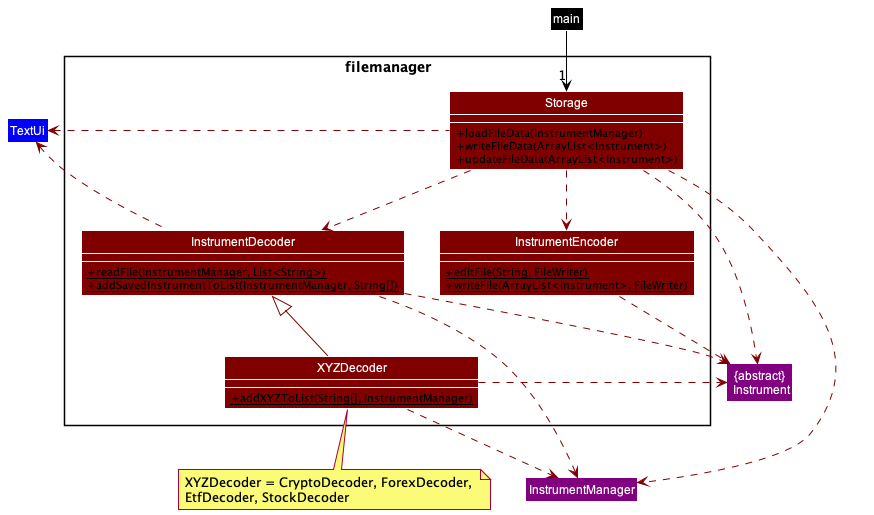
This is docs/images/FileManagerDiagram.png from williamlamjy/mTracker, a PlantUML export, as it was before one commit.
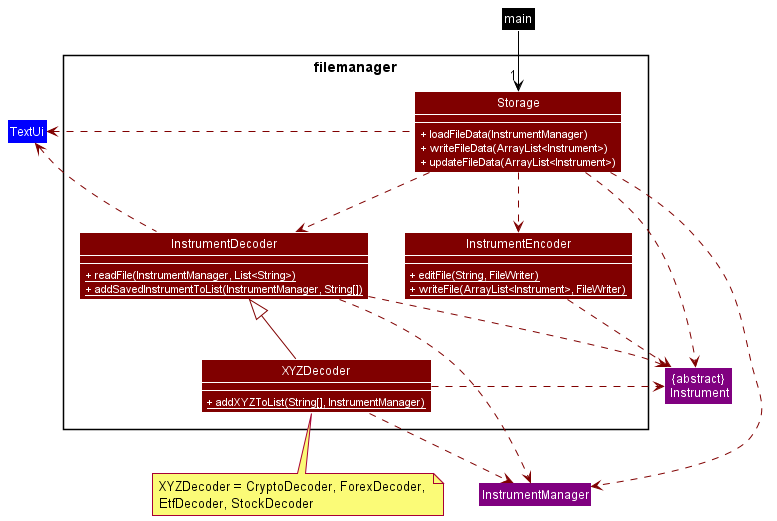
After the change.

Commit message:
update filemanager diagram

The edit, as a diff of the source:
```diff
@@ -5,20 +5,20 @@
 
 Package "filemanager"  <<Rectangle>> {
      Class Storage COLOR_STORAGE {
-     + loadFileData(InstrumentManager)
-     + writeFileData(ArrayList<Instrument>)
-     + updateFileData(ArrayList<Instrument>)
+     <color:WHITE>+ loadFileData(InstrumentManager)</color>
+     <color:WHITE>+ writeFileData(ArrayList<Instrument>)</color>
+     <color:WHITE>+ updateFileData(ArrayList<Instrument>)</color>
      }
      Class InstrumentDecoder COLOR_STORAGE {
-     + {static} readFile(InstrumentManager, List<String>)
-     + {static} addSavedInstrumentToList(InstrumentManager, String[])
+     <color:WHITE>+ {static} readFile(InstrumentManager, List<String>)</color>
+     <color:WHITE>+ {static} addSavedInstrumentToList(InstrumentManager, String[])</color>
      }
      Class InstrumentEncoder COLOR_STORAGE {
-     + {static} editFile(String, FileWriter)
-     + {static} writeFile(ArrayList<Instrument>, FileWriter)
+     <color:WHITE>+ {static} editFile(String, FileWriter)</color>
+     <color:WHITE>+ {static} writeFile(ArrayList<Instrument>, FileWriter)</color>
      }
      Class XYZDecoder COLOR_STORAGE {
-     + {static} addXYZToList(String[], InstrumentManager)
+     <color:WHITE>+ {static} addXYZToList(String[], InstrumentManager)</color>
      }
 
 }
```
